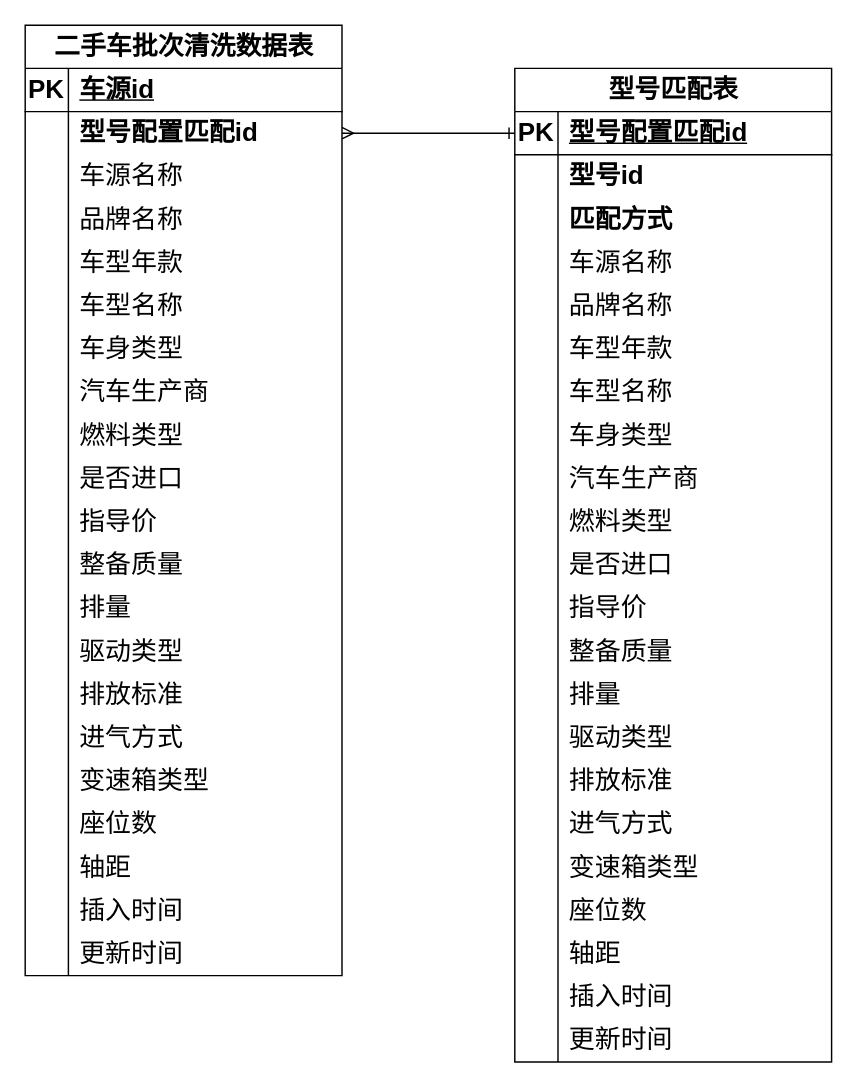
Earlier version of the draw.io diagram page "数据模型" (2 of 3) of 型号匹配流程优化.drawio (wangzijia122/drawio_repository). Source tidied: cells renumbered, new cells numbered last; positions are measured from the earlier drawing's top-left corner, leaving out a move shared by most shapes. Both pictures are drawn from the tidied source at 144%, with x=0, y=0 at pixel (24, 24).
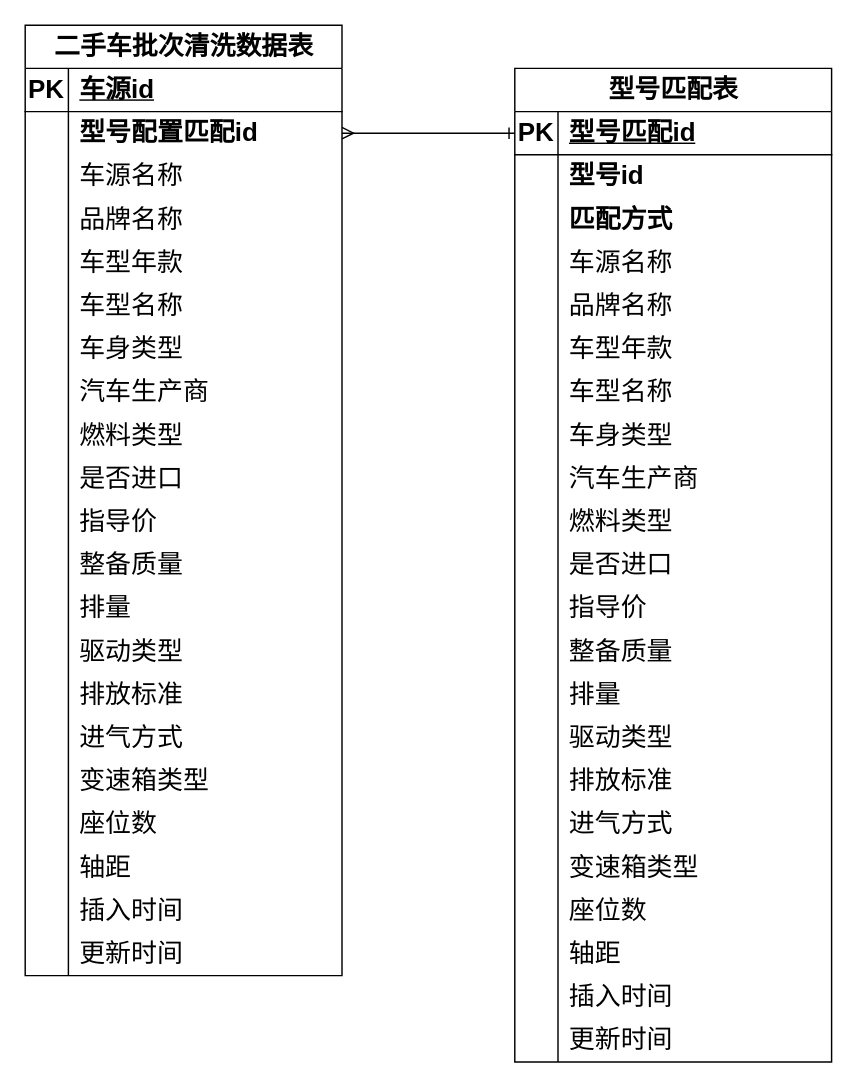
After the change.

The change refers to these unchanged cells:
```xml
<mxCell id="3" style="shape=tableRow;horizontal=0;startSize=0;swimlaneHead=0;swimlaneBody=0;fillColor=none;points=[[0,0.5],[1,0.5]];portConstraint=eastwest;top=0;left=0;right=0;bottom=1;fontSize=18;" parent="2" vertex="1">
  <mxGeometry y="30" width="220" height="30" as="geometry" />
</mxCell>
```

What changed in the source:
```diff
@@
-    <mxCell id="5" value="型号配置匹配id" style="shape=partialRectangle;fillColor=none;top=0;left=0;bottom=0;right=0;align=left;spacingLeft=6;fontStyle=5;overflow=hidden;whiteSpace=wrap;html=1;fontSize=18;" parent="3" vertex="1">
+    <mxCell id="5" value="型号匹配id" style="shape=partialRectangle;fillColor=none;top=0;left=0;bottom=0;right=0;align=left;spacingLeft=6;fontStyle=5;overflow=hidden;whiteSpace=wrap;html=1;fontSize=18;" parent="3" vertex="1">
       <mxGeometry x="30" width="190" height="30" as="geometry" />
     </mxCell>
```
